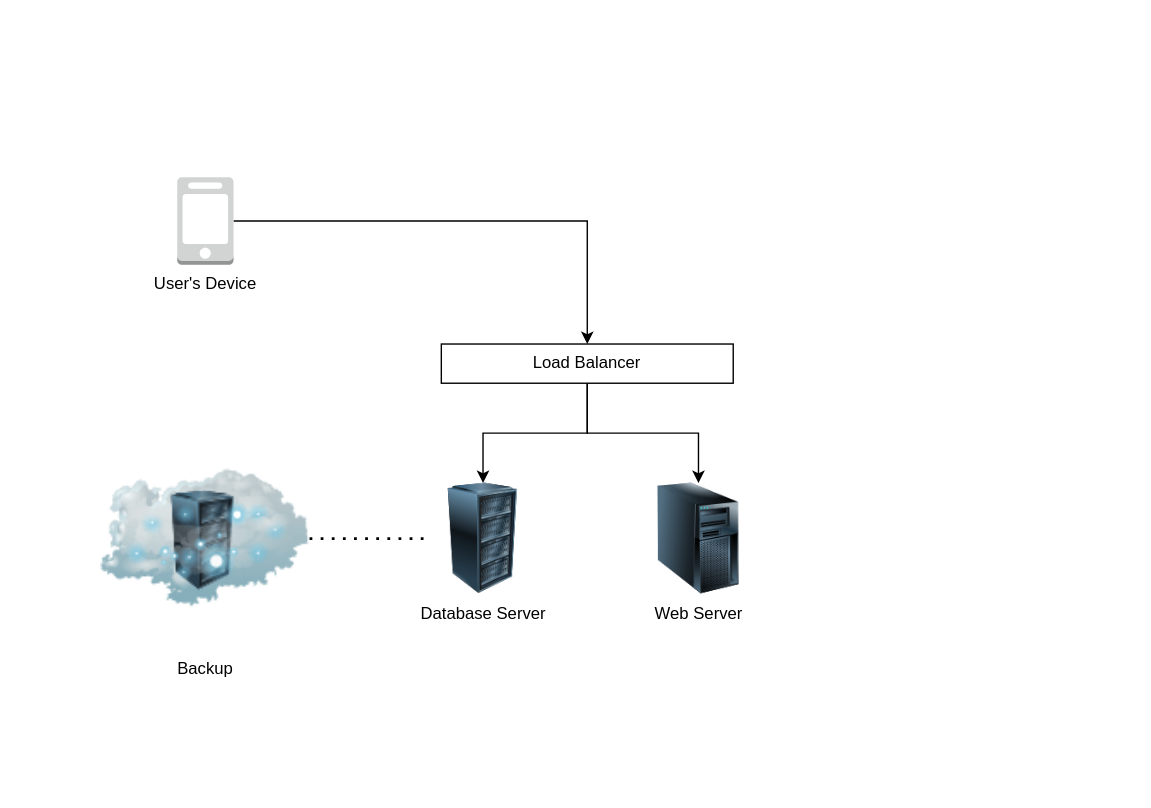
Before: ITC211 System Analysis and Design/Architecture A3.drawio in Sam-WebP/CSU, a draw.io diagram. Source tidied: cells renumbered, new cells numbered last; positions are measured from the earlier drawing's top-left corner, leaving out a move shared by most shapes. Both pictures are drawn from the tidied source at 139%, with x=0, y=0 at pixel (100, 177).
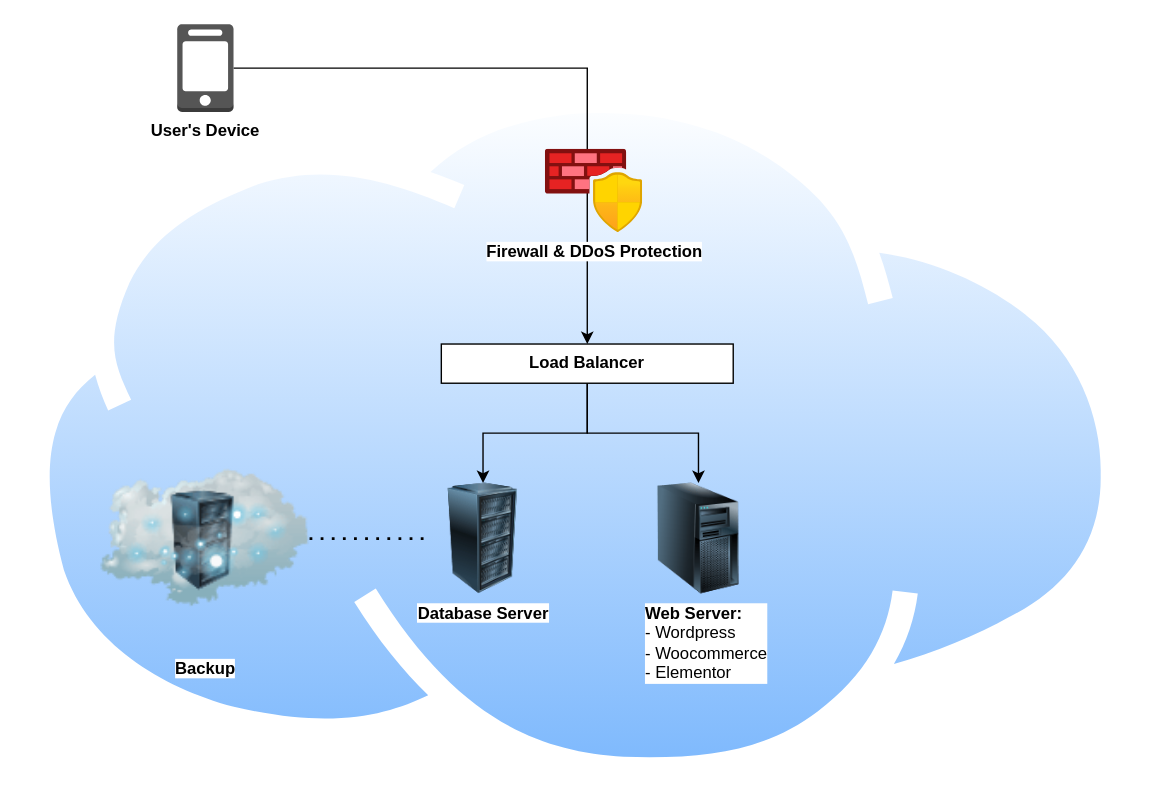
After the change.

The edit, as a diff of the source:
```diff
@@
 <mxGraphModel>
   <root>
     <mxCell id="0" />
     <mxCell id="1" parent="0" />
+    <mxCell id="11" style="image;perimeter=ellipsePerimeter;html=1;align=center;shadow=0;dashed=0;spacingTop=3;image=img/lib/active_directory/internet_cloud.svg;" parent="1" vertex="1">
+      <mxGeometry x="-55" y="-64" width="793.6" height="500" as="geometry" />
+    </mxCell>
     <mxCell id="2" style="edgeStyle=orthogonalEdgeStyle;rounded=0;jettySize=auto;html=1;entryX=0.5;entryY=0;entryDx=0;entryDy=0;" parent="1" edge="1" source="4" target="7">
       <mxGeometry relative="1" as="geometry" />
     </mxCell>
     <mxCell id="3" style="edgeStyle=orthogonalEdgeStyle;rounded=0;jettySize=auto;html=1;exitX=0.5;exitY=1;exitDx=0;exitDy=0;entryX=0.5;entryY=0;entryDx=0;entryDy=0;" parent="1" edge="1" source="4" target="8">
       <mxGeometry relative="1" as="geometry" />
     </mxCell>
-    <mxCell id="4" value="Load Balancer" style="rounded=0;whiteSpace=wrap;html=1;" parent="1" vertex="1">
+    <mxCell id="4" value="&lt;b&gt;Load Balancer&lt;/b&gt;" style="rounded=0;whiteSpace=wrap;html=1;" parent="1" vertex="1">
       <mxGeometry x="245" y="120" width="210" height="28.2" as="geometry" />
     </mxCell>
     <mxCell id="5" style="edgeStyle=orthogonalEdgeStyle;rounded=0;jettySize=auto;html=1;" parent="1" edge="1" source="6" target="4">
       <mxGeometry relative="1" as="geometry" />
     </mxCell>
-    <mxCell id="6" value="User's Device" style="outlineConnect=0;dashed=0;verticalLabelPosition=bottom;verticalAlign=top;align=center;html=1;shape=mxgraph.aws3.mobile_client;fillColor=#D2D3D3;gradientColor=none;" parent="1" vertex="1">
-      <mxGeometry x="55" width="40.5" height="63" as="geometry" />
+    <mxCell id="6" value="&lt;b&gt;User's Device&lt;/b&gt;" style="outlineConnect=0;dashed=0;verticalLabelPosition=bottom;verticalAlign=top;align=center;html=1;shape=mxgraph.aws3.mobile_client;fillColor=#555555;gradientColor=none;" parent="1" vertex="1">
+      <mxGeometry x="55" y="-110" width="40.5" height="63" as="geometry" />
     </mxCell>
-    <mxCell id="7" value="Database Server" style="image;html=1;image=img/lib/clip_art/computers/Server_Rack_128x128.png;" parent="1" vertex="1">
+    <mxCell id="7" value="&lt;b&gt;Database Server&lt;/b&gt;" style="image;html=1;image=img/lib/clip_art/computers/Server_Rack_128x128.png;" parent="1" vertex="1">
       <mxGeometry x="235" y="220" width="80" height="80" as="geometry" />
     </mxCell>
-    <mxCell id="8" value="Web Server" style="image;html=1;image=img/lib/clip_art/computers/Server_Tower_128x128.png;" parent="1" vertex="1">
+    <mxCell id="8" value="&lt;div align=&quot;left&quot;&gt;&lt;b&gt;Web Server:&lt;/b&gt;&lt;br&gt;&lt;/div&gt; &lt;div align=&quot;left&quot;&gt;- Wordpress&lt;br&gt;- Woocommerce&lt;br&gt;- Elementor&lt;/div&gt;" style="image;html=1;image=img/lib/clip_art/computers/Server_Tower_128x128.png;align=left;" parent="1" vertex="1">
       <mxGeometry x="390" y="220" width="80" height="80" as="geometry" />
     </mxCell>
-    <mxCell id="9" value="Backup" style="image;html=1;image=img/lib/clip_art/networking/Cloud_Rack_128x128.png;" parent="1" vertex="1">
+    <mxCell id="9" value="&lt;b&gt;Backup&lt;/b&gt;" style="image;html=1;image=img/lib/clip_art/networking/Cloud_Rack_128x128.png;" parent="1" vertex="1">
       <mxGeometry x="0.2" y="180" width="150" height="160" as="geometry" />
     </mxCell>
     <mxCell id="10" style="endArrow=none;dashed=1;html=1;dashPattern=1 3;strokeWidth=2;rounded=0;entryX=0;entryY=0.5;entryDx=0;entryDy=0;exitX=1;exitY=0.5;exitDx=0;exitDy=0;fontStyle=1;" parent="1" edge="1" source="9" target="7">
       <mxGeometry relative="1" as="geometry" />
     </mxCell>
+    <mxCell id="12" value="&lt;b&gt;Firewall &amp;amp; DDoS Protection&lt;/b&gt;" style="image;html=1;align=center;fontSize=12;image=img/lib/azure2/networking/Azure_Firewall_Manager.svg;" parent="1" vertex="1">
+      <mxGeometry x="320" y="-20" width="70" height="60" as="geometry" />
+    </mxCell>
   </root>
 </mxGraphModel>
```
